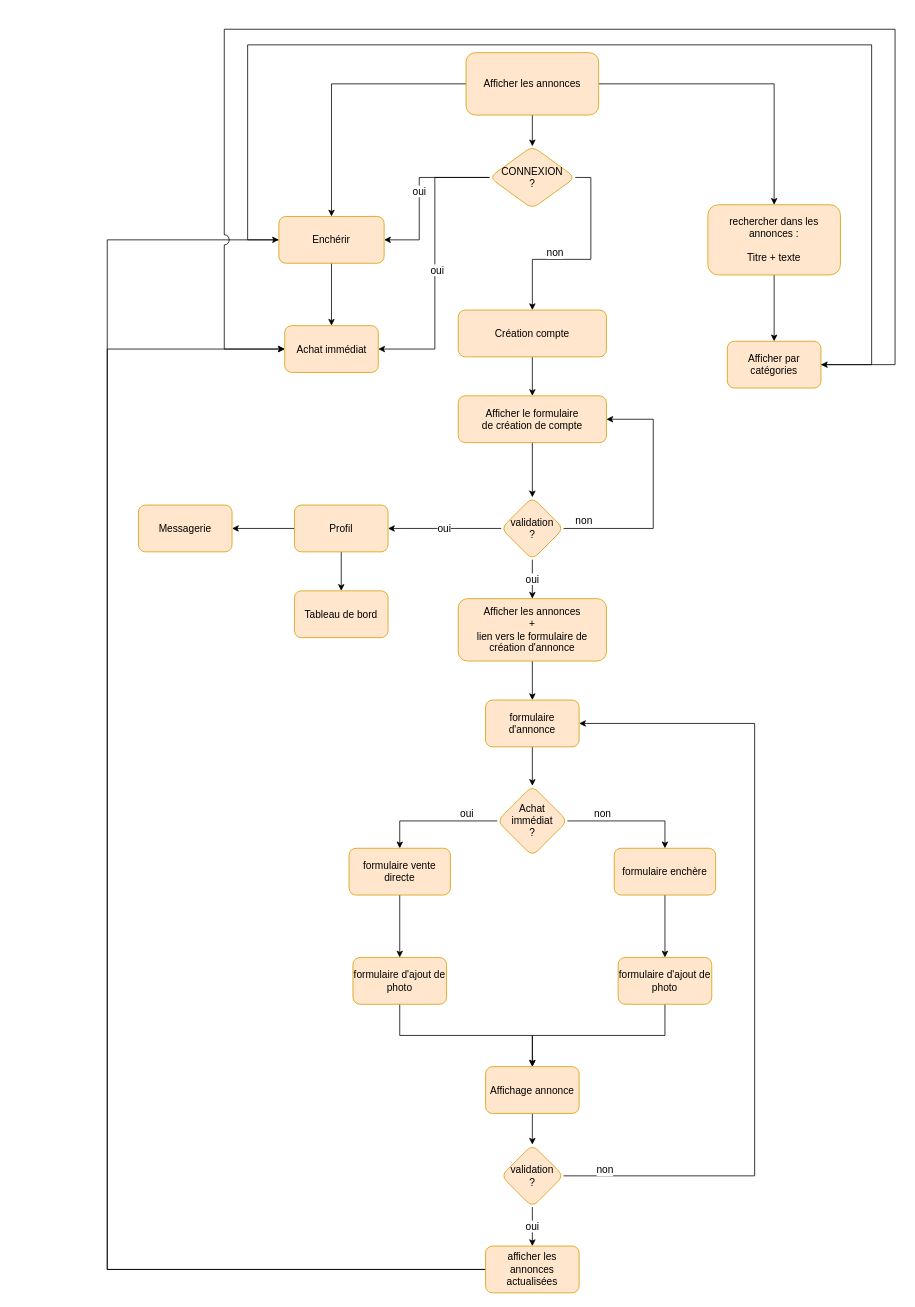
Earlier version of the draw.io diagram page "Diagramme d'Activité" (3 of 3) of Untitled Diagram.drawio (Spirulineman/Le_meilleur_coin.com). Source tidied: cells renumbered, new cells numbered last; positions are measured from the earlier drawing's top-left corner, leaving out a move shared by most shapes. Both pictures are drawn from the tidied source at 78%, with x=0, y=0 at pixel (107, 29).
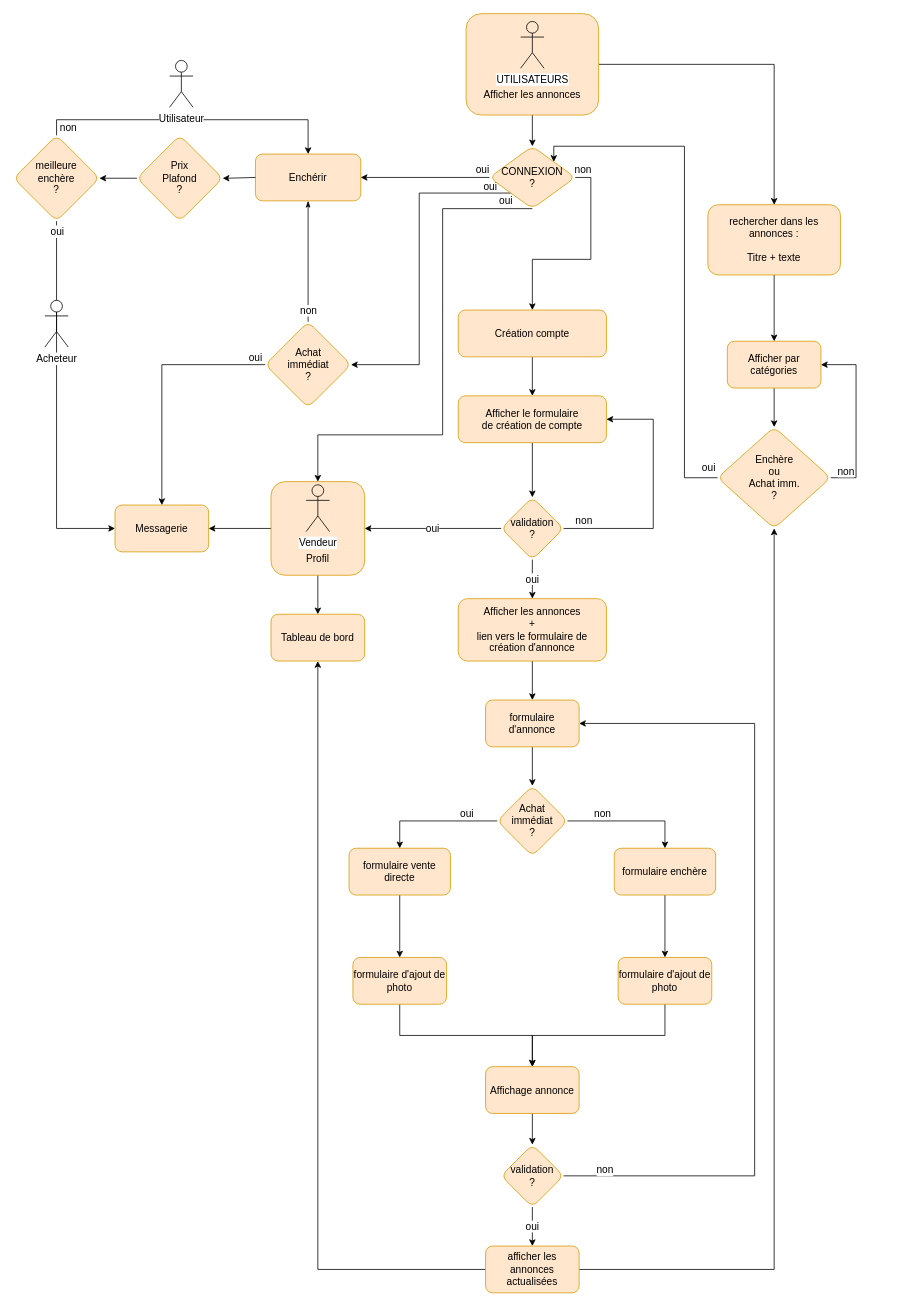
The same diagram, later.

The change refers to these unchanged cells:
```xml
<mxCell id="15" style="edgeStyle=orthogonalEdgeStyle;rounded=0;jumpStyle=arc;jumpSize=13;jettySize=auto;html=1;exitX=1;exitY=0.5;exitDx=0;exitDy=0;entryX=0.5;entryY=0;entryDx=0;entryDy=0;shadow=0;startArrow=none;startFill=0;endArrow=classic;endFill=1;fontSize=13;verticalAlign=bottom;" parent="1" edge="1" source="58" target="3">
  <mxGeometry relative="1" as="geometry" />
</mxCell>
<mxCell id="42" value="&lt;div&gt;afficher les annonces&lt;/div&gt;&lt;div&gt;actualisées&lt;br&gt;&lt;/div&gt;" style="whiteSpace=wrap;html=1;rounded=1;fontSize=13;strokeColor=#d79b00;fillColor=#ffe6cc;" parent="1" vertex="1">
  <mxGeometry x="485" y="1560" width="120" height="60" as="geometry" />
</mxCell>
<mxCell id="51" value="Afficher par catégories" style="whiteSpace=wrap;html=1;rounded=1;fontSize=13;strokeColor=#d79b00;fillColor=#ffe6cc;" parent="1" vertex="1">
  <mxGeometry x="795" y="400" width="120" height="60" as="geometry" />
</mxCell>
<mxCell id="58" value="&lt;div&gt;CONNEXION&lt;/div&gt;&lt;div&gt;?&lt;br&gt;&lt;/div&gt;" style="rhombus;whiteSpace=wrap;html=1;rounded=1;fontSize=13;strokeColor=#d79b00;fillColor=#ffe6cc;" parent="1" vertex="1">
  <mxGeometry x="490" y="150" width="110" height="80" as="geometry" />
</mxCell>
```

Diff of the diagram source:
```diff
@@
-    <mxCell id="14" style="edgeStyle=orthogonalEdgeStyle;rounded=0;jumpStyle=arc;jumpSize=13;jettySize=auto;html=1;shadow=0;startArrow=none;startFill=0;endArrow=classic;endFill=1;fontSize=13;" parent="1" edge="1" source="18" target="54">
-      <mxGeometry relative="1" as="geometry" />
-    </mxCell>
@@
     <mxCell id="16" value="non" style="edgeLabel;html=1;align=center;verticalAlign=bottom;fontSize=13;" parent="15" vertex="1">
       <mxGeometry x="0.3" relative="1" as="geometry">
-        <mxPoint y="1" as="offset" />
+        <mxPoint x="36.4" y="-105" as="offset" />
       </mxGeometry>
     </mxCell>
@@
-    <mxCell id="18" value="Afficher les annonces" style="whiteSpace=wrap;html=1;rounded=1;fontSize=13;strokeColor=#d79b00;fillColor=#ffe6cc;" parent="1" vertex="1">
-      <mxGeometry x="460" y="30" width="170" height="80" as="geometry" />
+    <mxCell id="18" value="&lt;div&gt;&lt;br&gt;&lt;/div&gt;&lt;div&gt;&lt;br&gt;&lt;/div&gt;&lt;div&gt;&lt;br&gt;&lt;/div&gt;&lt;div&gt;&lt;br&gt;&lt;/div&gt;&lt;div&gt;&lt;br&gt;&lt;/div&gt;&lt;div&gt;Afficher les annonces&lt;/div&gt;" style="whiteSpace=wrap;html=1;rounded=1;fontSize=13;strokeColor=#d79b00;fillColor=#ffe6cc;" parent="1" vertex="1">
+      <mxGeometry x="460" y="-20" width="170" height="130" as="geometry" />
     </mxCell>
@@
-    <mxCell id="40" style="edgeStyle=orthogonalEdgeStyle;rounded=0;jumpStyle=arc;jumpSize=13;jettySize=auto;html=1;exitX=0;exitY=0.5;exitDx=0;exitDy=0;entryX=0;entryY=0.5;entryDx=0;entryDy=0;shadow=0;startArrow=none;startFill=0;endArrow=classic;endFill=1;fontSize=13;" parent="1" edge="1" source="42" target="54">
-      <mxGeometry relative="1" as="geometry">
-        <Array as="points">
-          <mxPoint y="1590" />
-          <mxPoint y="270" />
-        </Array>
-      </mxGeometry>
-    </mxCell>
-    <mxCell id="41" style="edgeStyle=orthogonalEdgeStyle;rounded=0;jumpStyle=arc;jumpSize=13;jettySize=auto;html=1;exitX=0;exitY=0.5;exitDx=0;exitDy=0;entryX=0;entryY=0.5;entryDx=0;entryDy=0;shadow=0;startArrow=none;startFill=0;endArrow=classic;endFill=1;fontSize=13;" parent="1" edge="1" source="42" target="59">
-      <mxGeometry relative="1" as="geometry">
-        <Array as="points">
-          <mxPoint y="1590" />
-          <mxPoint y="410" />
-        </Array>
-      </mxGeometry>
-    </mxCell>
+    <mxCell id="60" style="edgeStyle=orthogonalEdgeStyle;rounded=0;jumpStyle=arc;jumpSize=13;jettySize=auto;html=1;exitX=1;exitY=0.5;exitDx=0;exitDy=0;entryX=0.5;entryY=1;entryDx=0;entryDy=0;shadow=0;startArrow=none;startFill=0;endArrow=classic;endFill=1;fontSize=13;" parent="1" edge="1" source="42" target="74">
+      <mxGeometry relative="1" as="geometry" />
+    </mxCell>
+    <mxCell id="61" style="edgeStyle=orthogonalEdgeStyle;rounded=0;jumpStyle=arc;jumpSize=13;jettySize=auto;html=1;exitX=0;exitY=0.5;exitDx=0;exitDy=0;entryX=0.5;entryY=1;entryDx=0;entryDy=0;shadow=0;startArrow=none;startFill=0;endArrow=classic;endFill=1;fontSize=13;" parent="1" edge="1" source="42" target="46">
+      <mxGeometry relative="1" as="geometry" />
+    </mxCell>
@@
-    <mxCell id="45" value="&lt;div&gt;Profil&lt;br&gt;&lt;/div&gt;" style="whiteSpace=wrap;html=1;rounded=1;fontSize=13;strokeColor=#d79b00;fillColor=#ffe6cc;" parent="1" vertex="1">
-      <mxGeometry x="240" y="610" width="120" height="60" as="geometry" />
+    <mxCell id="45" value="&lt;div&gt;&lt;br&gt;&lt;/div&gt;&lt;div&gt;&lt;br&gt;&lt;/div&gt;&lt;div&gt;&lt;br&gt;&lt;/div&gt;&lt;div&gt;&lt;br&gt;&lt;/div&gt;&lt;div&gt;&lt;br&gt;&lt;/div&gt;&lt;div&gt;Profil&lt;br&gt;&lt;/div&gt;" style="whiteSpace=wrap;html=1;rounded=1;fontSize=13;strokeColor=#d79b00;fillColor=#ffe6cc;" parent="1" vertex="1">
+      <mxGeometry x="210" y="580" width="120" height="120" as="geometry" />
     </mxCell>
     <mxCell id="46" value="Tableau de bord" style="whiteSpace=wrap;html=1;rounded=1;fontSize=13;strokeColor=#d79b00;fillColor=#ffe6cc;" parent="1" vertex="1">
-      <mxGeometry x="240" y="720" width="120" height="60" as="geometry" />
+      <mxGeometry x="210" y="750" width="120" height="60" as="geometry" />
     </mxCell>
     <mxCell id="47" value="&lt;div&gt;Messagerie&lt;/div&gt;" style="whiteSpace=wrap;html=1;rounded=1;fontSize=13;strokeColor=#d79b00;fillColor=#ffe6cc;" parent="1" vertex="1">
-      <mxGeometry x="40" y="610" width="120" height="60" as="geometry" />
+      <mxGeometry x="10" y="610" width="120" height="60" as="geometry" />
     </mxCell>
@@
-    <mxCell id="49" style="edgeStyle=orthogonalEdgeStyle;rounded=0;jumpStyle=arc;jumpSize=13;jettySize=auto;html=1;exitX=1;exitY=0.5;exitDx=0;exitDy=0;entryX=0;entryY=0.5;entryDx=0;entryDy=0;shadow=0;startArrow=none;startFill=0;endArrow=classic;endFill=1;fontSize=13;" parent="1" edge="1" source="51" target="59">
+    <mxCell id="49" style="edgeStyle=orthogonalEdgeStyle;rounded=0;jumpStyle=arc;jumpSize=13;jettySize=auto;html=1;exitX=0;exitY=0.5;exitDx=0;exitDy=0;entryX=1;entryY=0;entryDx=0;entryDy=0;shadow=0;startArrow=none;startFill=0;endArrow=classic;endFill=1;fontSize=13;" parent="1" edge="1" source="74" target="58">
       <mxGeometry relative="1" as="geometry">
         <Array as="points">
-          <mxPoint x="1010" y="430" />
-          <mxPoint x="1010" />
-          <mxPoint x="150" />
-          <mxPoint x="150" y="410" />
+          <mxPoint x="740" y="575" />
+          <mxPoint x="740" y="150" />
+          <mxPoint x="573" y="150" />
         </Array>
       </mxGeometry>
     </mxCell>
+    <mxCell id="62" value="oui" style="edgeLabel;html=1;align=center;verticalAlign=middle;fontSize=13;" parent="49" vertex="1">
+      <mxGeometry x="-0.35" y="3" relative="1" as="geometry">
+        <mxPoint x="33" y="156.8" as="offset" />
+      </mxGeometry>
+    </mxCell>
@@
+    <mxCell id="63" style="edgeStyle=orthogonalEdgeStyle;rounded=0;jumpStyle=arc;jumpSize=13;jettySize=auto;html=1;shadow=0;startArrow=none;startFill=0;endArrow=classic;endFill=1;fontSize=13;" parent="1" edge="1" source="51" target="74">
+      <mxGeometry relative="1" as="geometry" />
+    </mxCell>
@@
-    <mxCell id="52" style="edgeStyle=orthogonalEdgeStyle;rounded=0;jumpStyle=arc;jumpSize=13;jettySize=auto;html=1;shadow=0;startArrow=none;startFill=0;endArrow=classic;endFill=1;fontSize=13;" parent="1" edge="1" source="54" target="59">
-      <mxGeometry relative="1" as="geometry" />
-    </mxCell>
-    <mxCell id="53" style="edgeStyle=orthogonalEdgeStyle;rounded=0;jumpStyle=arc;jumpSize=13;jettySize=auto;html=1;exitX=0;exitY=0.5;exitDx=0;exitDy=0;entryX=1;entryY=0.5;entryDx=0;entryDy=0;shadow=0;startArrow=none;startFill=0;endArrow=classic;endFill=1;fontSize=13;" parent="1" edge="1" source="54" target="51">
-      <mxGeometry relative="1" as="geometry">
-        <Array as="points">
-          <mxPoint x="180" y="270" />
-          <mxPoint x="180" y="20" />
-          <mxPoint x="980" y="20" />
-          <mxPoint x="980" y="430" />
-        </Array>
-      </mxGeometry>
-    </mxCell>
+    <mxCell id="64" style="edgeStyle=orthogonalEdgeStyle;rounded=0;jumpStyle=arc;jumpSize=13;jettySize=auto;html=1;shadow=0;startArrow=none;startFill=0;endArrow=classic;endFill=1;fontSize=13;entryX=1;entryY=0.5;entryDx=0;entryDy=0;exitX=0;exitY=0.5;exitDx=0;exitDy=0;" parent="1" edge="1" source="84" target="83">
+      <mxGeometry relative="1" as="geometry" />
+    </mxCell>
+    <mxCell id="65" style="edgeStyle=orthogonalEdgeStyle;rounded=0;jumpStyle=arc;jumpSize=13;jettySize=auto;html=1;exitX=0.5;exitY=1;exitDx=0;exitDy=0;entryX=0.5;entryY=0;entryDx=0;entryDy=0;shadow=0;startArrow=classicThin;startFill=1;endArrow=none;endFill=0;fontSize=13;" parent="1" edge="1" source="54" target="82">
+      <mxGeometry relative="1" as="geometry" />
+    </mxCell>
+    <mxCell id="66" value="non" style="edgeLabel;html=1;align=center;verticalAlign=middle;fontSize=13;" parent="65" vertex="1">
+      <mxGeometry x="-0.31" y="3" relative="1" as="geometry">
+        <mxPoint x="-3" y="87.1" as="offset" />
+      </mxGeometry>
+    </mxCell>
     <mxCell id="54" value="Enchérir" style="whiteSpace=wrap;html=1;rounded=1;fontSize=13;strokeColor=#d79b00;fillColor=#ffe6cc;" parent="1" vertex="1">
-      <mxGeometry x="220" y="240" width="135" height="60" as="geometry" />
+      <mxGeometry x="190" y="160" width="135" height="60" as="geometry" />
     </mxCell>
     <mxCell id="55" value="oui" style="edgeStyle=orthogonalEdgeStyle;rounded=0;jumpStyle=arc;jumpSize=13;jettySize=auto;html=1;exitX=0;exitY=0.5;exitDx=0;exitDy=0;entryX=1;entryY=0.5;entryDx=0;entryDy=0;shadow=0;startArrow=none;startFill=0;endArrow=classic;endFill=1;fontSize=13;" parent="1" edge="1" source="58" target="54">
-      <mxGeometry relative="1" as="geometry">
+      <mxGeometry x="-0.89" y="-10" relative="1" as="geometry">
         <Array as="points">
-          <mxPoint x="400" y="190" />
-          <mxPoint x="400" y="270" />
+          <mxPoint x="340" y="190" />
+          <mxPoint x="340" y="190" />
         </Array>
       </mxGeometry>
     </mxCell>
-    <mxCell id="56" style="edgeStyle=orthogonalEdgeStyle;rounded=0;jumpStyle=arc;jumpSize=13;jettySize=auto;html=1;exitX=0;exitY=0.5;exitDx=0;exitDy=0;entryX=1;entryY=0.5;entryDx=0;entryDy=0;shadow=0;startArrow=none;startFill=0;endArrow=classic;endFill=1;fontSize=13;" parent="1" edge="1" source="58" target="59">
+    <mxCell id="56" style="edgeStyle=orthogonalEdgeStyle;rounded=0;jumpStyle=arc;jumpSize=13;jettySize=auto;html=1;exitX=0;exitY=1;exitDx=0;exitDy=0;entryX=1;entryY=0.5;entryDx=0;entryDy=0;shadow=0;startArrow=none;startFill=0;endArrow=classic;endFill=1;fontSize=13;" parent="1" edge="1" source="58" target="82">
       <mxGeometry relative="1" as="geometry">
         <Array as="points">
-          <mxPoint x="420" y="190" />
-          <mxPoint x="420" y="410" />
+          <mxPoint x="400" y="210" />
+          <mxPoint x="400" y="430" />
         </Array>
       </mxGeometry>
     </mxCell>
     <mxCell id="57" value="oui" style="edgeLabel;html=1;align=center;verticalAlign=middle;fontSize=13;" parent="56" vertex="1">
       <mxGeometry x="0.03" y="2" relative="1" as="geometry">
-        <mxPoint y="1" as="offset" />
+        <mxPoint x="88" y="-111.2" as="offset" />
       </mxGeometry>
     </mxCell>
+    <mxCell id="67" style="edgeStyle=orthogonalEdgeStyle;rounded=0;jumpStyle=arc;jumpSize=13;jettySize=auto;html=1;exitX=0.5;exitY=1;exitDx=0;exitDy=0;entryX=0.5;entryY=0;entryDx=0;entryDy=0;shadow=0;startArrow=none;startFill=0;endArrow=classic;endFill=1;fontSize=13;" parent="1" edge="1" source="58" target="45">
+      <mxGeometry relative="1" as="geometry">
+        <Array as="points">
+          <mxPoint x="430" y="230" />
+          <mxPoint x="430" y="520" />
+          <mxPoint x="270" y="520" />
+        </Array>
+      </mxGeometry>
+    </mxCell>
+    <mxCell id="68" value="oui" style="edgeLabel;html=1;align=center;verticalAlign=middle;fontSize=13;" parent="67" vertex="1">
+      <mxGeometry x="-0.34" y="-1" relative="1" as="geometry">
+        <mxPoint x="81" y="-102.1" as="offset" />
+      </mxGeometry>
+    </mxCell>
@@
-    <mxCell id="59" value="Achat immédiat" style="whiteSpace=wrap;html=1;rounded=1;fontSize=13;strokeColor=#d79b00;fillColor=#ffe6cc;" parent="1" vertex="1">
-      <mxGeometry x="227.5" y="380" width="120" height="60" as="geometry" />
-    </mxCell>
+    <mxCell id="69" style="edgeStyle=orthogonalEdgeStyle;rounded=0;jumpStyle=arc;jumpSize=13;jettySize=auto;html=1;exitX=0;exitY=0.5;exitDx=0;exitDy=0;entryX=0.5;entryY=0;entryDx=0;entryDy=0;shadow=0;startArrow=none;startFill=0;endArrow=classic;endFill=1;fontSize=13;" parent="1" edge="1" source="82" target="47">
+      <mxGeometry relative="1" as="geometry" />
+    </mxCell>
+    <mxCell id="70" value="oui" style="edgeLabel;html=1;align=center;verticalAlign=middle;fontSize=13;" parent="69" vertex="1">
+      <mxGeometry x="-0.32" y="2" relative="1" as="geometry">
+        <mxPoint x="93.2" y="-12" as="offset" />
+      </mxGeometry>
+    </mxCell>
+    <mxCell id="71" value="UTILISATEURS" style="shape=umlActor;verticalLabelPosition=bottom;verticalAlign=top;html=1;labelBackgroundColor=#ffffff;fillColor=none;gradientColor=none;fontSize=13;" parent="1" vertex="1">
+      <mxGeometry x="530" y="-10" width="30" height="60" as="geometry" />
+    </mxCell>
+    <mxCell id="72" style="edgeStyle=orthogonalEdgeStyle;rounded=0;jumpStyle=arc;jumpSize=13;jettySize=auto;html=1;exitX=1;exitY=0.5;exitDx=0;exitDy=0;entryX=1;entryY=0.5;entryDx=0;entryDy=0;shadow=0;startArrow=none;startFill=0;endArrow=classic;endFill=1;fontSize=13;" parent="1" edge="1" source="74" target="51">
+      <mxGeometry relative="1" as="geometry">
+        <Array as="points">
+          <mxPoint x="960" y="575" />
+          <mxPoint x="960" y="430" />
+        </Array>
+      </mxGeometry>
+    </mxCell>
+    <mxCell id="73" value="non" style="edgeLabel;html=1;align=center;verticalAlign=middle;fontSize=13;" parent="72" vertex="1">
+      <mxGeometry x="-0.35" y="-3" relative="1" as="geometry">
+        <mxPoint x="-16.4" y="31.4" as="offset" />
+      </mxGeometry>
+    </mxCell>
+    <mxCell id="74" value="&lt;div&gt;Enchère &lt;br&gt;ou &lt;br&gt;Achat imm.&lt;br&gt;&lt;/div&gt;&lt;div&gt;?&lt;br&gt;&lt;/div&gt;" style="rhombus;whiteSpace=wrap;html=1;rounded=1;fontSize=13;strokeColor=#d79b00;fillColor=#ffe6cc;" parent="1" vertex="1">
+      <mxGeometry x="782.5" y="510" width="145" height="130" as="geometry" />
+    </mxCell>
+    <mxCell id="75" style="edgeStyle=orthogonalEdgeStyle;rounded=0;jumpStyle=arc;jumpSize=13;jettySize=auto;html=1;entryX=0;entryY=0.5;entryDx=0;entryDy=0;shadow=0;startArrow=none;startFill=0;endArrow=classic;endFill=1;fontSize=13;exitX=0.5;exitY=1;exitDx=0;exitDy=0;" parent="1" edge="1" source="83" target="47">
+      <mxGeometry relative="1" as="geometry">
+        <Array as="points">
+          <mxPoint x="-65" y="640" />
+        </Array>
+      </mxGeometry>
+    </mxCell>
+    <mxCell id="76" value="oui" style="edgeLabel;html=1;align=center;verticalAlign=bottom;fontSize=13;" parent="75" vertex="1">
+      <mxGeometry x="-0.17" y="-1" relative="1" as="geometry">
+        <mxPoint x="1" y="-171.7" as="offset" />
+      </mxGeometry>
+    </mxCell>
+    <mxCell id="77" style="edgeStyle=orthogonalEdgeStyle;rounded=0;jumpStyle=arc;jumpSize=13;jettySize=auto;html=1;exitX=0.5;exitY=0;exitDx=0;exitDy=0;entryX=0.5;entryY=0;entryDx=0;entryDy=0;shadow=0;startArrow=none;startFill=0;endArrow=classic;endFill=1;fontSize=13;" parent="1" edge="1" source="83" target="54">
+      <mxGeometry relative="1" as="geometry" />
+    </mxCell>
+    <mxCell id="78" value="non" style="edgeLabel;html=1;align=center;verticalAlign=bottom;fontSize=13;" parent="77" vertex="1">
+      <mxGeometry x="0.13" y="1" relative="1" as="geometry">
+        <mxPoint x="-183.6" y="21" as="offset" />
+      </mxGeometry>
+    </mxCell>
+    <mxCell id="79" value="Vendeur" style="shape=umlActor;verticalLabelPosition=bottom;verticalAlign=top;html=1;labelBackgroundColor=#ffffff;fillColor=none;gradientColor=none;fontSize=13;" parent="1" vertex="1">
+      <mxGeometry x="255" y="584" width="30" height="60" as="geometry" />
+    </mxCell>
+    <mxCell id="80" value="Utilisateur" style="shape=umlActor;verticalLabelPosition=bottom;verticalAlign=top;html=1;labelBackgroundColor=#ffffff;fillColor=none;gradientColor=none;fontSize=13;" parent="1" vertex="1">
+      <mxGeometry x="80" y="40" width="30" height="60" as="geometry" />
+    </mxCell>
+    <mxCell id="81" value="Acheteur" style="shape=umlActor;verticalLabelPosition=bottom;verticalAlign=top;html=1;labelBackgroundColor=#ffffff;fontSize=13;fillColor=#FFFFFF;" parent="1" vertex="1">
+      <mxGeometry x="-80" y="347.5" width="30" height="60" as="geometry" />
+    </mxCell>
+    <mxCell id="82" value="&lt;div&gt;Achat&lt;/div&gt;&lt;div&gt;immédiat&lt;/div&gt;&lt;div&gt;?&lt;br&gt;&lt;/div&gt;" style="rhombus;whiteSpace=wrap;html=1;rounded=1;fontSize=13;strokeColor=#d79b00;fillColor=#ffe6cc;" parent="1" vertex="1">
+      <mxGeometry x="202.5" y="375" width="110" height="110" as="geometry" />
+    </mxCell>
+    <mxCell id="83" value="&lt;div&gt;meilleure &lt;br&gt;&lt;/div&gt;&lt;div&gt;enchère&lt;/div&gt;&lt;div&gt;?&lt;br&gt;&lt;/div&gt;" style="rhombus;whiteSpace=wrap;html=1;rounded=1;fontSize=13;strokeColor=#d79b00;fillColor=#ffe6cc;" parent="1" vertex="1">
+      <mxGeometry x="-120" y="136" width="110" height="110" as="geometry" />
+    </mxCell>
+    <mxCell id="84" value="&lt;div&gt;Prix&lt;/div&gt;&lt;div&gt;Plafond&lt;br&gt;&lt;/div&gt;&lt;div&gt;?&lt;br&gt;&lt;/div&gt;" style="rhombus;whiteSpace=wrap;html=1;rounded=1;fontSize=13;strokeColor=#d79b00;fillColor=#ffe6cc;" parent="1" vertex="1">
+      <mxGeometry x="38" y="136" width="110" height="110" as="geometry" />
+    </mxCell>
+    <mxCell id="85" style="edgeStyle=orthogonalEdgeStyle;rounded=0;jumpStyle=arc;jumpSize=13;jettySize=auto;html=1;shadow=0;startArrow=none;startFill=0;endArrow=classic;endFill=1;fontSize=13;entryX=1;entryY=0.5;entryDx=0;entryDy=0;" parent="1" edge="1" source="54" target="84">
+      <mxGeometry relative="1" as="geometry" />
+    </mxCell>
```
